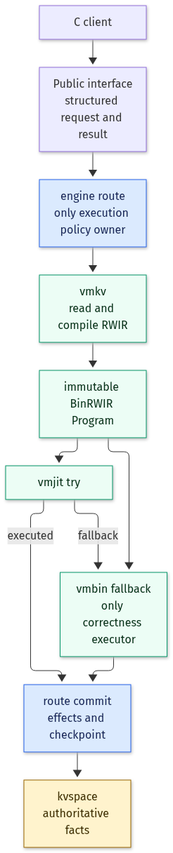
array2d/kvlang keeps this Mermaid diagram as runtimec/documentation/architecture/runtimec-trunk.png. Above is the earlier version. Its source is kept beside it as runtimec/documentation/architecture/runtimec-trunk.mmd. The source it was exported from:
```mermaid
flowchart TB
  CLIENT["C client"]
  INTERFACE["Public interface<br/>structured request and result"]
  ROUTE["engine route<br/>only execution policy owner"]
  VMKV["vmkv<br/>read and compile RWIR"]
  PROGRAM["immutable BinRWIR Program"]
  VMJIT["vmjit try"]
  VMBIN["vmbin fallback<br/>only correctness executor"]
  COMMIT["route commit<br/>effects and checkpoint"]
  KVSPACE["kvspace<br/>authoritative facts"]

  CLIENT --> INTERFACE --> ROUTE
  ROUTE --> VMKV --> PROGRAM
  PROGRAM --> VMJIT
  VMJIT -->|"executed"| COMMIT
  VMJIT -->|"fallback"| VMBIN
  PROGRAM --> VMBIN
  VMBIN --> COMMIT
  COMMIT --> KVSPACE

  classDef fact fill:#fff3cd,stroke:#9a6700,color:#3d2e00
  classDef policy fill:#dbeafe,stroke:#2563eb,color:#172554
  classDef derived fill:#ecfdf5,stroke:#059669,color:#052e16
  class KVSPACE fact
  class ROUTE,COMMIT policy
  class VMKV,PROGRAM,VMJIT,VMBIN derived
```
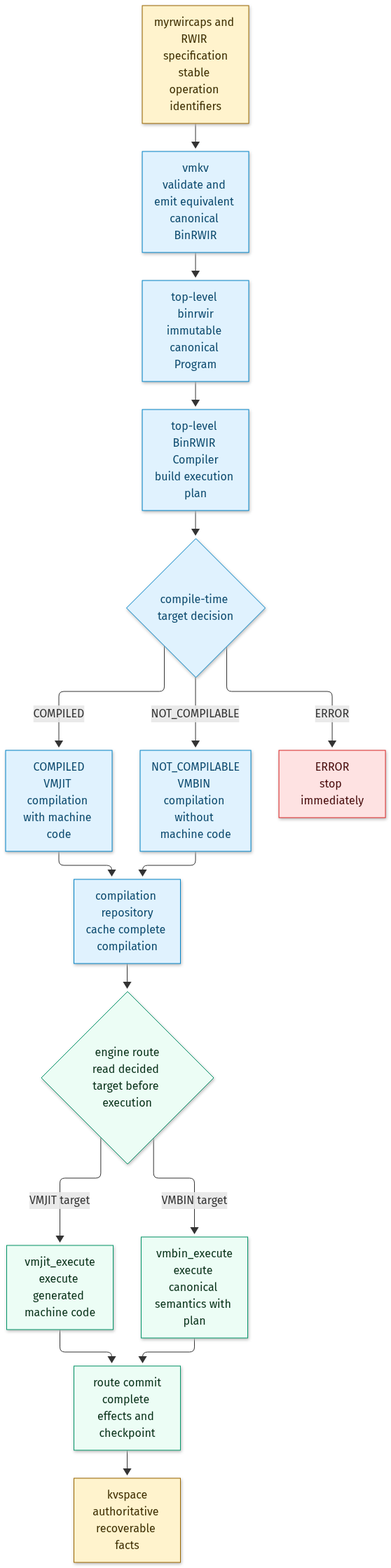
The same file after the commit.

Diff of the diagram source:
```diff
@@ -1,26 +1,37 @@
 flowchart TB
-  CLIENT["C client"]
-  INTERFACE["Public interface<br/>structured request and result"]
-  ROUTE["engine route<br/>only execution policy owner"]
-  VMKV["vmkv<br/>read and compile RWIR"]
-  PROGRAM["immutable BinRWIR Program"]
-  VMJIT["vmjit try"]
-  VMBIN["vmbin fallback<br/>only correctness executor"]
-  COMMIT["route commit<br/>effects and checkpoint"]
-  KVSPACE["kvspace<br/>authoritative facts"]
+  SPECIFICATION["myrwircaps and RWIR specification<br/>stable operation identifiers"]
+  VMKV["vmkv<br/>validate and emit equivalent canonical BinRWIR"]
+  PROGRAM["top-level binrwir<br/>immutable canonical Program"]
+  COMPILER["top-level BinRWIR Compiler<br/>build execution plan"]
+  DECISION{"compile-time target decision"}
+  VMJIT_COMPILATION["COMPILED<br/>VMJIT compilation with machine code"]
+  VMBIN_COMPILATION["NOT_COMPILABLE<br/>VMBIN compilation without machine code"]
+  ERROR["ERROR<br/>stop immediately"]
+  REPOSITORY["compilation repository<br/>cache complete compilation"]
+  ROUTE{"engine route<br/>read decided target before execution"}
+  VMJIT_EXECUTE["vmjit_execute<br/>execute generated machine code"]
+  VMBIN_EXECUTE["vmbin_execute<br/>execute canonical semantics with plan"]
+  COMMIT["route commit<br/>complete effects and checkpoint"]
+  KVSPACE["kvspace<br/>authoritative recoverable facts"]
 
-  CLIENT --> INTERFACE --> ROUTE
-  ROUTE --> VMKV --> PROGRAM
-  PROGRAM --> VMJIT
-  VMJIT -->|"executed"| COMMIT
-  VMJIT -->|"fallback"| VMBIN
-  PROGRAM --> VMBIN
-  VMBIN --> COMMIT
+  SPECIFICATION --> VMKV --> PROGRAM --> COMPILER --> DECISION
+  DECISION -->|"COMPILED"| VMJIT_COMPILATION
+  DECISION -->|"NOT_COMPILABLE"| VMBIN_COMPILATION
+  DECISION -->|"ERROR"| ERROR
+  VMJIT_COMPILATION --> REPOSITORY
+  VMBIN_COMPILATION --> REPOSITORY
+  REPOSITORY --> ROUTE
+  ROUTE -->|"VMJIT target"| VMJIT_EXECUTE
+  ROUTE -->|"VMBIN target"| VMBIN_EXECUTE
+  VMJIT_EXECUTE --> COMMIT
+  VMBIN_EXECUTE --> COMMIT
   COMMIT --> KVSPACE
 
   classDef fact fill:#fff3cd,stroke:#9a6700,color:#3d2e00
-  classDef policy fill:#dbeafe,stroke:#2563eb,color:#172554
-  classDef derived fill:#ecfdf5,stroke:#059669,color:#052e16
-  class KVSPACE fact
-  class ROUTE,COMMIT policy
-  class VMKV,PROGRAM,VMJIT,VMBIN derived
+  classDef compile fill:#e0f2fe,stroke:#0284c7,color:#0c4a6e
+  classDef execute fill:#ecfdf5,stroke:#059669,color:#052e16
+  classDef error fill:#fee2e2,stroke:#dc2626,color:#450a0a
+  class SPECIFICATION,KVSPACE fact
+  class VMKV,PROGRAM,COMPILER,DECISION,VMJIT_COMPILATION,VMBIN_COMPILATION,REPOSITORY compile
+  class ROUTE,VMJIT_EXECUTE,VMBIN_EXECUTE,COMMIT execute
+  class ERROR error
```
